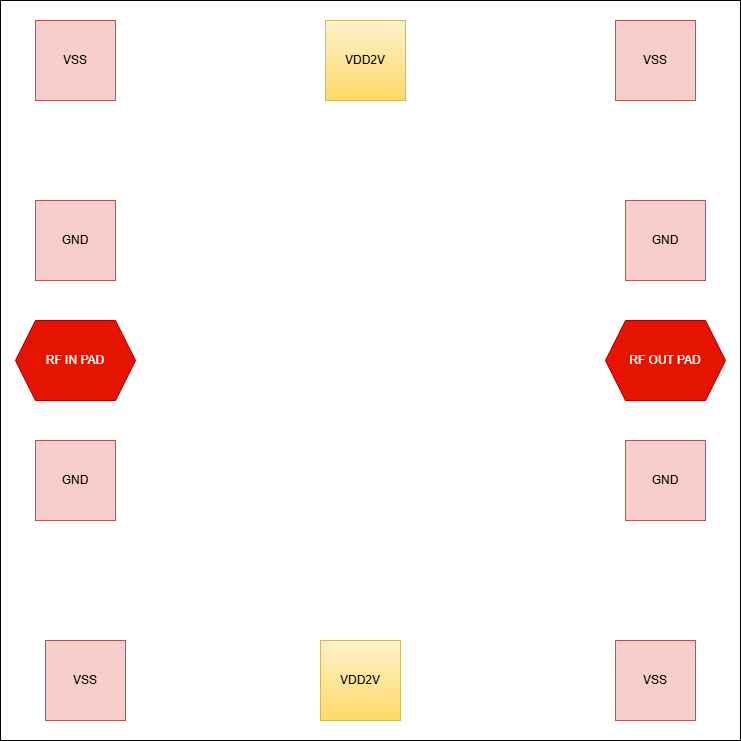
Earlier version of the draw.io export DC_to_130_GHz_TIA/doc/source/_static/pin_out.png (IHP-GmbH/TO_Apr2025). Source tidied: cells renumbered, new cells last; positions are measured from the earlier drawing's top-left corner, leaving out a move shared by most shapes. The source it was exported from:
```xml
<mxGraphModel>
  <root>
    <mxCell id="0" />
    <mxCell id="1" parent="0" />
    <mxCell id="2" style="whiteSpace=wrap;html=1;" parent="1" vertex="1">
      <mxGeometry width="740" height="740" as="geometry" />
    </mxCell>
    <mxCell id="3" value="VSS" style="whiteSpace=wrap;html=1;fillColor=#f8cecc;strokeColor=#b85450;" parent="1" vertex="1">
      <mxGeometry x="35" y="20" width="80" height="80" as="geometry" />
    </mxCell>
    <mxCell id="4" value="VDD2V" style="whiteSpace=wrap;html=1;fillColor=#fff2cc;gradientColor=#ffd966;strokeColor=#d6b656;" parent="1" vertex="1">
      <mxGeometry x="325" y="20" width="80" height="80" as="geometry" />
    </mxCell>
    <mxCell id="5" value="VSS" style="whiteSpace=wrap;html=1;fillColor=#f8cecc;strokeColor=#b85450;" parent="1" vertex="1">
      <mxGeometry x="615" y="20" width="80" height="80" as="geometry" />
    </mxCell>
    <mxCell id="6" value="GND" style="whiteSpace=wrap;html=1;fillColor=#f8cecc;strokeColor=#b85450;" parent="1" vertex="1">
      <mxGeometry x="35" y="200" width="80" height="80" as="geometry" />
    </mxCell>
    <mxCell id="7" value="RF IN PAD" style="shape=hexagon;perimeter=hexagonPerimeter2;whiteSpace=wrap;html=1;fixedSize=1;fillColor=#e51400;fontColor=#ffffff;strokeColor=#B20000;" parent="1" vertex="1">
      <mxGeometry x="15" y="320" width="120" height="80" as="geometry" />
    </mxCell>
    <mxCell id="8" value="GND" style="whiteSpace=wrap;html=1;fillColor=#f8cecc;strokeColor=#b85450;" parent="1" vertex="1">
      <mxGeometry x="35" y="440" width="80" height="80" as="geometry" />
    </mxCell>
    <mxCell id="9" value="GND" style="whiteSpace=wrap;html=1;fillColor=#f8cecc;strokeColor=#b85450;" parent="1" vertex="1">
      <mxGeometry x="625" y="200" width="80" height="80" as="geometry" />
    </mxCell>
    <mxCell id="10" value="RF OUT PAD" style="shape=hexagon;perimeter=hexagonPerimeter2;whiteSpace=wrap;html=1;fixedSize=1;fillColor=#e51400;fontColor=#ffffff;strokeColor=#B20000;" parent="1" vertex="1">
      <mxGeometry x="605" y="320" width="120" height="80" as="geometry" />
    </mxCell>
    <mxCell id="11" value="GND" style="whiteSpace=wrap;html=1;fillColor=#f8cecc;strokeColor=#b85450;" parent="1" vertex="1">
      <mxGeometry x="625" y="440" width="80" height="80" as="geometry" />
    </mxCell>
    <mxCell id="12" value="VSS" style="whiteSpace=wrap;html=1;fillColor=#f8cecc;strokeColor=#b85450;" parent="1" vertex="1">
      <mxGeometry x="45" y="640" width="80" height="80" as="geometry" />
    </mxCell>
    <mxCell id="13" value="VDD2V" style="whiteSpace=wrap;html=1;fillColor=#fff2cc;gradientColor=#ffd966;strokeColor=#d6b656;" parent="1" vertex="1">
      <mxGeometry x="320" y="640" width="80" height="80" as="geometry" />
    </mxCell>
    <mxCell id="14" value="VSS" style="whiteSpace=wrap;html=1;fillColor=#f8cecc;strokeColor=#b85450;" parent="1" vertex="1">
      <mxGeometry x="615" y="640" width="80" height="80" as="geometry" />
    </mxCell>
  </root>
</mxGraphModel>
```
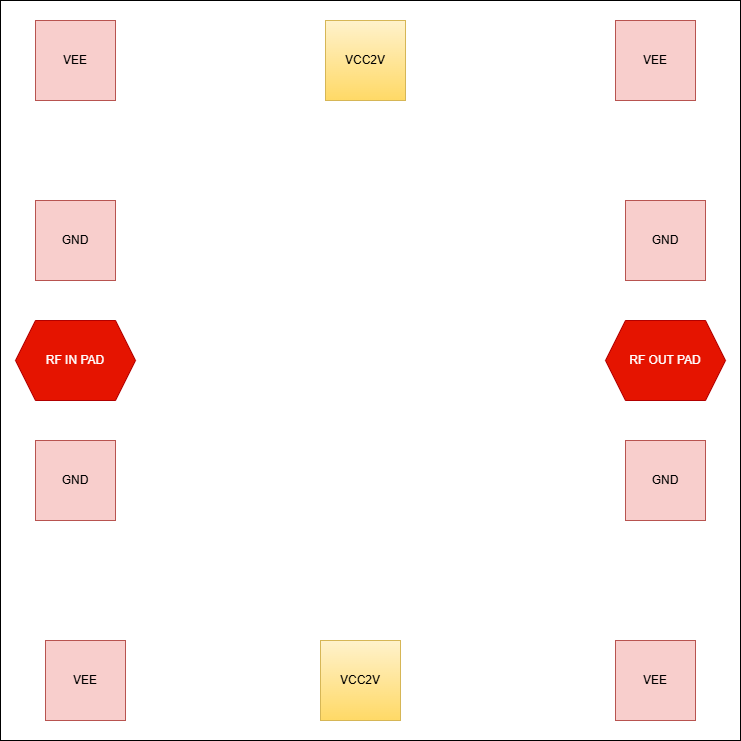
After the change.

What changed in the source:
```diff
@@ -2,44 +2,44 @@
   <root>
     <mxCell id="0" />
     <mxCell id="1" parent="0" />
-    <mxCell id="2" style="whiteSpace=wrap;html=1;" parent="1" vertex="1">
-      <mxGeometry width="740" height="740" as="geometry" />
-    </mxCell>
-    <mxCell id="3" value="VSS" style="whiteSpace=wrap;html=1;fillColor=#f8cecc;strokeColor=#b85450;" parent="1" vertex="1">
-      <mxGeometry x="35" y="20" width="80" height="80" as="geometry" />
-    </mxCell>
-    <mxCell id="4" value="VDD2V" style="whiteSpace=wrap;html=1;fillColor=#fff2cc;gradientColor=#ffd966;strokeColor=#d6b656;" parent="1" vertex="1">
-      <mxGeometry x="325" y="20" width="80" height="80" as="geometry" />
-    </mxCell>
-    <mxCell id="5" value="VSS" style="whiteSpace=wrap;html=1;fillColor=#f8cecc;strokeColor=#b85450;" parent="1" vertex="1">
-      <mxGeometry x="615" y="20" width="80" height="80" as="geometry" />
-    </mxCell>
-    <mxCell id="6" value="GND" style="whiteSpace=wrap;html=1;fillColor=#f8cecc;strokeColor=#b85450;" parent="1" vertex="1">
-      <mxGeometry x="35" y="200" width="80" height="80" as="geometry" />
-    </mxCell>
+    <mxCell id="15" style="whiteSpace=wrap;html=1;" parent="1" vertex="1">
+      <mxGeometry width="740" height="740" as="geometry" />
+    </mxCell>
+    <mxCell id="16" value="VEE" style="whiteSpace=wrap;html=1;fillColor=#f8cecc;strokeColor=#b85450;" parent="1" vertex="1">
+      <mxGeometry x="35" y="20" width="80" height="80" as="geometry" />
+    </mxCell>
+    <mxCell id="17" value="VCC2V" style="whiteSpace=wrap;html=1;fillColor=#fff2cc;gradientColor=#ffd966;strokeColor=#d6b656;" parent="1" vertex="1">
+      <mxGeometry x="325" y="20" width="80" height="80" as="geometry" />
+    </mxCell>
+    <mxCell id="18" value="VEE" style="whiteSpace=wrap;html=1;fillColor=#f8cecc;strokeColor=#b85450;" parent="1" vertex="1">
+      <mxGeometry x="615" y="20" width="80" height="80" as="geometry" />
+    </mxCell>
+    <mxCell id="19" value="GND" style="whiteSpace=wrap;html=1;fillColor=#f8cecc;strokeColor=#b85450;" parent="1" vertex="1">
+      <mxGeometry x="35" y="200" width="80" height="80" as="geometry" />
+    </mxCell>
     <mxCell id="7" value="RF IN PAD" style="shape=hexagon;perimeter=hexagonPerimeter2;whiteSpace=wrap;html=1;fixedSize=1;fillColor=#e51400;fontColor=#ffffff;strokeColor=#B20000;" parent="1" vertex="1">
       <mxGeometry x="15" y="320" width="120" height="80" as="geometry" />
     </mxCell>
-    <mxCell id="8" value="GND" style="whiteSpace=wrap;html=1;fillColor=#f8cecc;strokeColor=#b85450;" parent="1" vertex="1">
-      <mxGeometry x="35" y="440" width="80" height="80" as="geometry" />
-    </mxCell>
-    <mxCell id="9" value="GND" style="whiteSpace=wrap;html=1;fillColor=#f8cecc;strokeColor=#b85450;" parent="1" vertex="1">
-      <mxGeometry x="625" y="200" width="80" height="80" as="geometry" />
-    </mxCell>
+    <mxCell id="20" value="GND" style="whiteSpace=wrap;html=1;fillColor=#f8cecc;strokeColor=#b85450;" parent="1" vertex="1">
+      <mxGeometry x="35" y="440" width="80" height="80" as="geometry" />
+    </mxCell>
+    <mxCell id="21" value="GND" style="whiteSpace=wrap;html=1;fillColor=#f8cecc;strokeColor=#b85450;" parent="1" vertex="1">
+      <mxGeometry x="625" y="200" width="80" height="80" as="geometry" />
+    </mxCell>
     <mxCell id="10" value="RF OUT PAD" style="shape=hexagon;perimeter=hexagonPerimeter2;whiteSpace=wrap;html=1;fixedSize=1;fillColor=#e51400;fontColor=#ffffff;strokeColor=#B20000;" parent="1" vertex="1">
       <mxGeometry x="605" y="320" width="120" height="80" as="geometry" />
     </mxCell>
-    <mxCell id="11" value="GND" style="whiteSpace=wrap;html=1;fillColor=#f8cecc;strokeColor=#b85450;" parent="1" vertex="1">
-      <mxGeometry x="625" y="440" width="80" height="80" as="geometry" />
-    </mxCell>
-    <mxCell id="12" value="VSS" style="whiteSpace=wrap;html=1;fillColor=#f8cecc;strokeColor=#b85450;" parent="1" vertex="1">
-      <mxGeometry x="45" y="640" width="80" height="80" as="geometry" />
-    </mxCell>
-    <mxCell id="13" value="VDD2V" style="whiteSpace=wrap;html=1;fillColor=#fff2cc;gradientColor=#ffd966;strokeColor=#d6b656;" parent="1" vertex="1">
-      <mxGeometry x="320" y="640" width="80" height="80" as="geometry" />
-    </mxCell>
-    <mxCell id="14" value="VSS" style="whiteSpace=wrap;html=1;fillColor=#f8cecc;strokeColor=#b85450;" parent="1" vertex="1">
-      <mxGeometry x="615" y="640" width="80" height="80" as="geometry" />
-    </mxCell>
+    <mxCell id="22" value="GND" style="whiteSpace=wrap;html=1;fillColor=#f8cecc;strokeColor=#b85450;" parent="1" vertex="1">
+      <mxGeometry x="625" y="440" width="80" height="80" as="geometry" />
+    </mxCell>
+    <mxCell id="23" value="VEE" style="whiteSpace=wrap;html=1;fillColor=#f8cecc;strokeColor=#b85450;" parent="1" vertex="1">
+      <mxGeometry x="45" y="640" width="80" height="80" as="geometry" />
+    </mxCell>
+    <mxCell id="24" value="VCC2V" style="whiteSpace=wrap;html=1;fillColor=#fff2cc;gradientColor=#ffd966;strokeColor=#d6b656;" parent="1" vertex="1">
+      <mxGeometry x="320" y="640" width="80" height="80" as="geometry" />
+    </mxCell>
+    <mxCell id="25" value="VEE" style="whiteSpace=wrap;html=1;fillColor=#f8cecc;strokeColor=#b85450;" parent="1" vertex="1">
+      <mxGeometry x="615" y="640" width="80" height="80" as="geometry" />
+    </mxCell>
   </root>
 </mxGraphModel>
```
